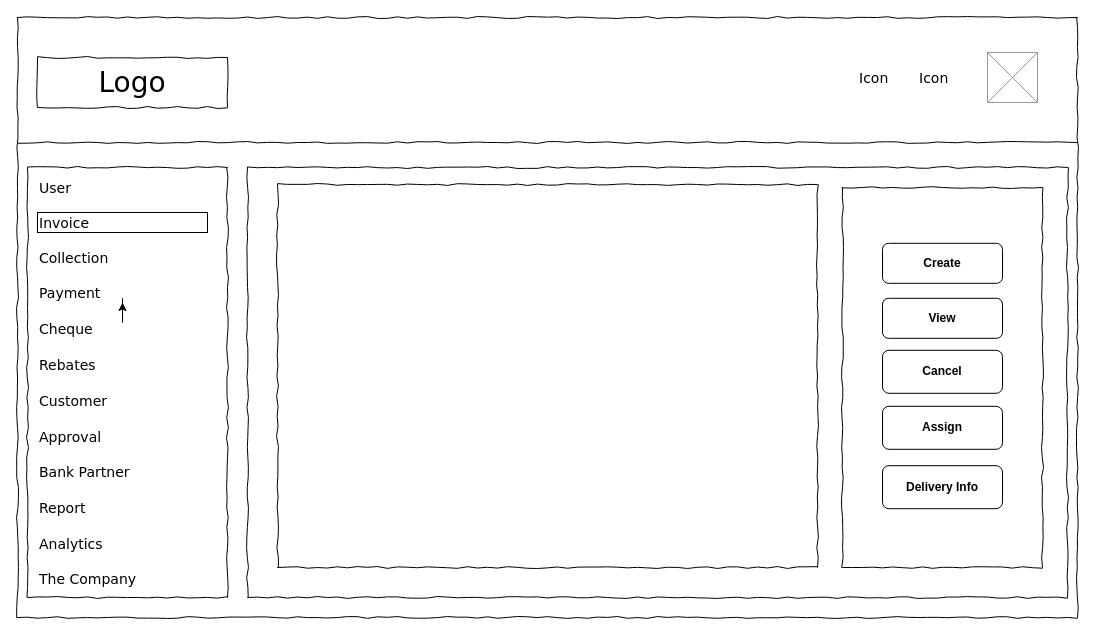
talljohnthin/currency keeps this draw.io diagram as page "Invoice" (1 of 2) of src/Untitled Diagram.drawio. Above is the earlier version. Source tidied: cells renumbered, new cells numbered last; positions are measured from the earlier drawing's top-left corner, leaving out a move shared by most shapes. Both pictures are drawn from the tidied source at 100%, with x=0, y=0 at pixel (17, 17).
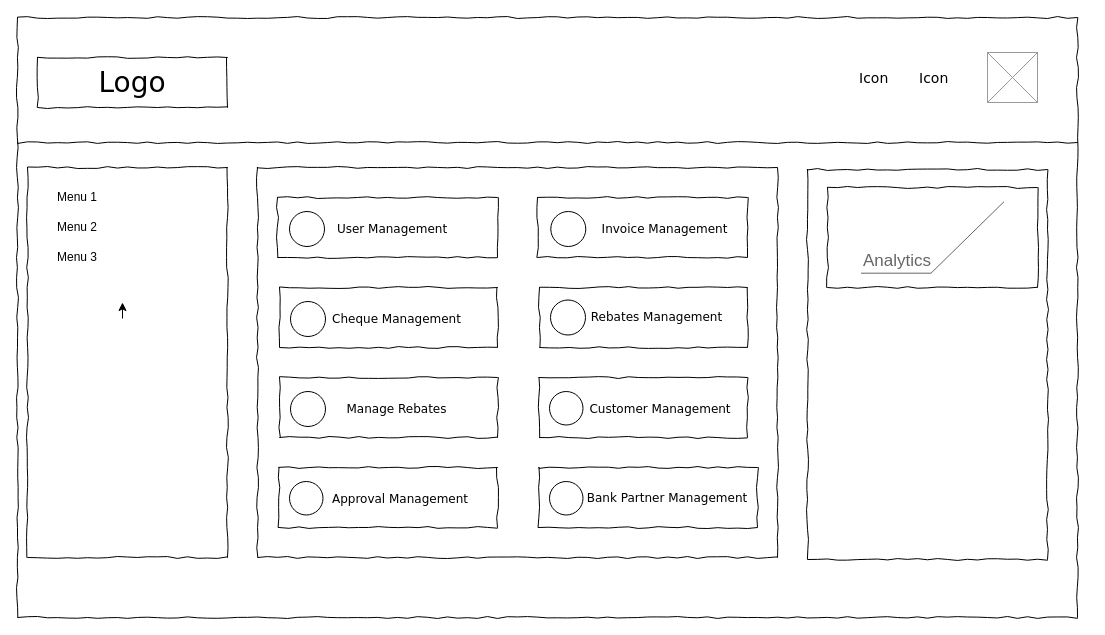
The same diagram, later.

Diff of the diagram source:
```diff
@@
     <mxCell id="4" style="whiteSpace=wrap;html=1;rounded=0;shadow=0;labelBackgroundColor=none;strokeWidth=1;fillColor=none;fontFamily=Verdana;fontSize=12;align=center;comic=1;" parent="1" vertex="1">
-      <mxGeometry x="10" y="150" width="200" height="430" as="geometry" />
+      <mxGeometry x="10" y="150" width="200" height="390" as="geometry" />
     </mxCell>
@@
     <mxCell id="6" style="whiteSpace=wrap;html=1;rounded=0;shadow=0;labelBackgroundColor=none;strokeWidth=1;fillColor=none;fontFamily=Verdana;fontSize=12;align=center;comic=1;" parent="1" vertex="1">
-      <mxGeometry x="230" y="150" width="820" height="430" as="geometry" />
+      <mxGeometry x="240" y="150" width="520" height="390" as="geometry" />
     </mxCell>
-    <mxCell id="7" value="User" style="text;html=1;align=left;verticalAlign=top;spacingTop=-4;fontSize=14;fontFamily=Verdana;" parent="1" vertex="1">
-      <mxGeometry x="20" y="160" width="170" height="20" as="geometry" />
-    </mxCell>
@@
-    <mxCell id="9" style="edgeStyle=orthogonalEdgeStyle;rounded=0;jettySize=auto;html=1;" parent="1" edge="1" source="10" target="21">
-      <mxGeometry relative="1" as="geometry" />
+    <mxCell id="9" style="edgeStyle=orthogonalEdgeStyle;rounded=0;orthogonalLoop=1;jettySize=auto;html=1;" parent="1" edge="1">
+      <mxGeometry relative="1" as="geometry">
+        <mxPoint x="105" y="301" as="sourcePoint" />
+        <mxPoint x="105" y="285" as="targetPoint" />
+      </mxGeometry>
     </mxCell>
-    <mxCell id="10" value="Cheque" style="text;html=1;points=[];align=left;verticalAlign=top;spacingTop=-4;fontSize=14;fontFamily=Verdana;" parent="1" vertex="1">
-      <mxGeometry x="20" y="301" width="170" height="20" as="geometry" />
-    </mxCell>
-    <mxCell id="11" value="Rebates" style="text;html=1;align=left;verticalAlign=top;spacingTop=-4;fontSize=14;fontFamily=Verdana;" parent="1" vertex="1">
-      <mxGeometry x="20" y="337" width="170" height="20" as="geometry" />
-    </mxCell>
-    <mxCell id="12" value="Bank Partner" style="text;html=1;align=left;verticalAlign=top;spacingTop=-4;fontSize=14;fontFamily=Verdana;" parent="1" vertex="1">
-      <mxGeometry x="20" y="444" width="170" height="20" as="geometry" />
-    </mxCell>
-    <mxCell id="13" value="Report" style="text;html=1;align=left;verticalAlign=top;spacingTop=-4;fontSize=14;fontFamily=Verdana;" parent="1" vertex="1">
-      <mxGeometry x="20" y="480" width="170" height="20" as="geometry" />
-    </mxCell>
+    <mxCell id="18" value="Icon" style="text;html=1;align=left;verticalAlign=top;spacingTop=-4;fontSize=14;fontFamily=Verdana;" parent="1" vertex="1">
+      <mxGeometry x="840" y="50" width="170" height="20" as="geometry" />
+    </mxCell>
+    <mxCell id="22" style="verticalLabelPosition=bottom;shadow=0;dashed=0;align=center;html=1;verticalAlign=top;strokeWidth=1;shape=mxgraph.mockup.graphics.simpleIcon;strokeColor=#999999;fillColor=#ffffff;" parent="1" vertex="1">
+      <mxGeometry x="970" y="35" width="50" height="50" as="geometry" />
+    </mxCell>
+    <mxCell id="30" style="group;" parent="1" vertex="1">
+      <mxGeometry x="260" y="180" width="220" height="60" as="geometry" />
+    </mxCell>
+    <mxCell id="23" style="whiteSpace=wrap;html=1;rounded=0;shadow=0;labelBackgroundColor=none;strokeWidth=1;fillColor=none;fontFamily=Verdana;fontSize=12;align=center;comic=1;" parent="30" vertex="1">
+      <mxGeometry width="220" height="60" as="geometry" />
+    </mxCell>
+    <mxCell id="31" style="ellipse;whiteSpace=wrap;html=1;strokeColor=#000000;" parent="30" vertex="1">
+      <mxGeometry x="12" y="14" width="35" height="35" as="geometry" />
+    </mxCell>
+    <mxCell id="32" value="&lt;span style=&quot;font-family: &amp;#34;verdana&amp;#34;&quot;&gt;User Management&lt;/span&gt;" style="text;html=1;strokeColor=none;fillColor=none;align=center;verticalAlign=middle;whiteSpace=wrap;rounded=0;" parent="30" vertex="1">
+      <mxGeometry x="45" y="21.5" width="140" height="20" as="geometry" />
+    </mxCell>
+    <mxCell id="33" style="group;" parent="1" vertex="1">
+      <mxGeometry x="520" y="180" width="210" height="60" as="geometry" />
+    </mxCell>
+    <mxCell id="34" style="whiteSpace=wrap;html=1;rounded=0;shadow=0;labelBackgroundColor=none;strokeWidth=1;fillColor=none;fontFamily=Verdana;fontSize=12;align=center;comic=1;" parent="33" vertex="1">
+      <mxGeometry width="210" height="60" as="geometry" />
+    </mxCell>
+    <mxCell id="35" style="ellipse;whiteSpace=wrap;html=1;strokeColor=#000000;" parent="33" vertex="1">
+      <mxGeometry x="13.3" y="14" width="35" height="35" as="geometry" />
+    </mxCell>
+    <mxCell id="36" value="&lt;span style=&quot;font-family: &amp;#34;verdana&amp;#34;&quot;&gt;Invoice Management&lt;/span&gt;" style="text;html=1;strokeColor=none;fillColor=none;align=center;verticalAlign=middle;whiteSpace=wrap;rounded=0;" parent="33" vertex="1">
+      <mxGeometry x="49.7" y="21.5" width="154.7" height="20" as="geometry" />
+    </mxCell>
+    <mxCell id="37" style="group;" parent="1" vertex="1">
+      <mxGeometry x="250" y="270" width="230" height="60" as="geometry" />
+    </mxCell>
+    <mxCell id="38" style="whiteSpace=wrap;html=1;rounded=0;shadow=0;labelBackgroundColor=none;strokeWidth=1;fillColor=none;fontFamily=Verdana;fontSize=12;align=center;comic=1;" parent="37" vertex="1">
+      <mxGeometry x="12" width="218" height="60" as="geometry" />
+    </mxCell>
+    <mxCell id="39" style="ellipse;whiteSpace=wrap;html=1;strokeColor=#000000;" parent="37" vertex="1">
+      <mxGeometry x="23" y="14" width="35" height="35" as="geometry" />
+    </mxCell>
+    <mxCell id="40" value="&lt;span style=&quot;font-family: &amp;#34;verdana&amp;#34;&quot;&gt;Cheque Management&lt;/span&gt;" style="text;html=1;strokeColor=none;fillColor=none;align=center;verticalAlign=middle;whiteSpace=wrap;rounded=0;" parent="37" vertex="1">
+      <mxGeometry x="57" y="21.5" width="145" height="20" as="geometry" />
+    </mxCell>
+    <mxCell id="41" style="group;" parent="1" vertex="1">
+      <mxGeometry x="460" y="270" width="270" height="60" as="geometry" />
+    </mxCell>
+    <mxCell id="42" style="whiteSpace=wrap;html=1;rounded=0;shadow=0;labelBackgroundColor=none;strokeWidth=1;fillColor=none;fontFamily=Verdana;fontSize=12;align=center;comic=1;" parent="41" vertex="1">
+      <mxGeometry x="62" width="208" height="60" as="geometry" />
+    </mxCell>
+    <mxCell id="43" style="ellipse;whiteSpace=wrap;html=1;strokeColor=#000000;" parent="1" vertex="1">
+      <mxGeometry x="533" y="282.5" width="35" height="35" as="geometry" />
+    </mxCell>
+    <mxCell id="44" value="&lt;span style=&quot;font-family: &amp;#34;verdana&amp;#34;&quot;&gt;Rebates Management&lt;/span&gt;" style="text;html=1;strokeColor=none;fillColor=none;align=center;verticalAlign=middle;whiteSpace=wrap;rounded=0;" parent="1" vertex="1">
+      <mxGeometry x="567" y="290" width="145" height="20" as="geometry" />
+    </mxCell>
+    <mxCell id="45" style="group;" parent="1" vertex="1">
+      <mxGeometry x="250" y="360" width="230" height="60" as="geometry" />
+    </mxCell>
+    <mxCell id="46" style="whiteSpace=wrap;html=1;rounded=0;shadow=0;labelBackgroundColor=none;strokeWidth=1;fillColor=none;fontFamily=Verdana;fontSize=12;align=center;comic=1;" parent="45" vertex="1">
+      <mxGeometry x="12" width="218" height="60" as="geometry" />
+    </mxCell>
+    <mxCell id="47" style="ellipse;whiteSpace=wrap;html=1;strokeColor=#000000;" parent="45" vertex="1">
+      <mxGeometry x="23" y="14" width="35" height="35" as="geometry" />
+    </mxCell>
+    <mxCell id="48" value="&lt;span style=&quot;font-family: &amp;#34;verdana&amp;#34;&quot;&gt;Manage Rebates&lt;/span&gt;" style="text;html=1;strokeColor=none;fillColor=none;align=center;verticalAlign=middle;whiteSpace=wrap;rounded=0;" parent="45" vertex="1">
+      <mxGeometry x="57" y="21.5" width="145" height="20" as="geometry" />
+    </mxCell>
+    <mxCell id="49" style="group;" parent="1" vertex="1">
+      <mxGeometry x="510" y="360" width="220" height="60" as="geometry" />
+    </mxCell>
+    <mxCell id="50" style="whiteSpace=wrap;html=1;rounded=0;shadow=0;labelBackgroundColor=none;strokeWidth=1;fillColor=none;fontFamily=Verdana;fontSize=12;align=center;comic=1;" parent="49" vertex="1">
+      <mxGeometry x="11.5" width="208.5" height="60" as="geometry" />
+    </mxCell>
+    <mxCell id="51" style="ellipse;whiteSpace=wrap;html=1;strokeColor=#000000;" parent="49" vertex="1">
+      <mxGeometry x="22" y="14" width="33.5" height="33.5" as="geometry" />
+    </mxCell>
+    <mxCell id="52" value="&lt;span style=&quot;font-family: &amp;#34;verdana&amp;#34;&quot;&gt;Customer Management&lt;/span&gt;" style="text;html=1;strokeColor=none;fillColor=none;align=center;verticalAlign=middle;whiteSpace=wrap;rounded=0;" parent="49" vertex="1">
+      <mxGeometry x="60" y="21.5" width="145.7" height="20" as="geometry" />
+    </mxCell>
+    <mxCell id="53" style="group;" parent="1" vertex="1">
+      <mxGeometry x="250" y="450" width="230" height="60" as="geometry" />
+    </mxCell>
+    <mxCell id="54" style="whiteSpace=wrap;html=1;rounded=0;shadow=0;labelBackgroundColor=none;strokeWidth=1;fillColor=none;fontFamily=Verdana;fontSize=12;align=center;comic=1;" parent="53" vertex="1">
+      <mxGeometry x="11.5" width="218.5" height="60" as="geometry" />
+    </mxCell>
+    <mxCell id="55" style="ellipse;whiteSpace=wrap;html=1;strokeColor=#000000;" parent="53" vertex="1">
+      <mxGeometry x="22" y="14" width="33.5" height="33.5" as="geometry" />
+    </mxCell>
+    <mxCell id="56" value="&lt;span style=&quot;font-family: &amp;#34;verdana&amp;#34;&quot;&gt;Approval Management&lt;/span&gt;" style="text;html=1;strokeColor=none;fillColor=none;align=center;verticalAlign=middle;whiteSpace=wrap;rounded=0;" parent="53" vertex="1">
+      <mxGeometry x="60" y="21.5" width="145.7" height="20" as="geometry" />
+    </mxCell>
+    <mxCell id="57" style="group;" parent="1" vertex="1">
+      <mxGeometry x="510" y="450" width="230" height="60" as="geometry" />
+    </mxCell>
+    <mxCell id="58" style="whiteSpace=wrap;html=1;rounded=0;shadow=0;labelBackgroundColor=none;strokeWidth=1;fillColor=none;fontFamily=Verdana;fontSize=12;align=center;comic=1;" parent="57" vertex="1">
+      <mxGeometry x="11.5" width="218.5" height="60" as="geometry" />
+    </mxCell>
+    <mxCell id="59" style="ellipse;whiteSpace=wrap;html=1;strokeColor=#000000;" parent="57" vertex="1">
+      <mxGeometry x="22" y="14" width="33.5" height="33.5" as="geometry" />
+    </mxCell>
+    <mxCell id="60" value="&lt;span style=&quot;font-family: &amp;#34;verdana&amp;#34;&quot;&gt;Bank Partner Management&lt;/span&gt;" style="text;html=1;strokeColor=none;fillColor=none;align=center;verticalAlign=middle;whiteSpace=wrap;rounded=0;" parent="57" vertex="1">
+      <mxGeometry x="50" y="20.7" width="180" height="20" as="geometry" />
+    </mxCell>
+    <mxCell id="61" style="whiteSpace=wrap;html=1;rounded=0;shadow=0;labelBackgroundColor=none;strokeWidth=1;fillColor=none;fontFamily=Verdana;fontSize=12;align=center;comic=1;" parent="1" vertex="1">
+      <mxGeometry x="790" y="152" width="240" height="390" as="geometry" />
+    </mxCell>
+    <mxCell id="62" value="Menu 1" style="text;html=1;strokeColor=none;fillColor=none;align=center;verticalAlign=middle;whiteSpace=wrap;rounded=0;" parent="1" vertex="1">
+      <mxGeometry x="20" y="170" width="80" height="20" as="geometry" />
+    </mxCell>
+    <mxCell id="63" value="Menu 2" style="text;html=1;strokeColor=none;fillColor=none;align=center;verticalAlign=middle;whiteSpace=wrap;rounded=0;" parent="1" vertex="1">
+      <mxGeometry x="20" y="200" width="80" height="20" as="geometry" />
+    </mxCell>
+    <mxCell id="64" value="Menu 3" style="text;html=1;strokeColor=none;fillColor=none;align=center;verticalAlign=middle;whiteSpace=wrap;rounded=0;" parent="1" vertex="1">
+      <mxGeometry x="20" y="230" width="80" height="20" as="geometry" />
+    </mxCell>
+    <mxCell id="65" style="group;" parent="1" vertex="1">
+      <mxGeometry x="810" y="170" width="210" height="100" as="geometry" />
+    </mxCell>
+    <mxCell id="66" style="whiteSpace=wrap;html=1;rounded=0;shadow=0;labelBackgroundColor=none;strokeWidth=1;fillColor=none;fontFamily=Verdana;fontSize=12;align=center;comic=1;" parent="65" vertex="1">
+      <mxGeometry width="210" height="100" as="geometry" />
+    </mxCell>
-    <mxCell id="14" value="Analytics" style="text;html=1;align=left;verticalAlign=top;spacingTop=-4;fontSize=14;fontFamily=Verdana;" parent="1" vertex="1">
-      <mxGeometry x="20" y="516" width="170" height="20" as="geometry" />
+    <mxCell id="14" value="Analytics" style="strokeWidth=1;shadow=0;dashed=0;align=center;html=1;shape=mxgraph.mockup.text.callout;linkText=;textSize=17;textColor=#666666;callDir=SW;callStyle=line;fontSize=17;fontColor=#666666;align=left;verticalAlign=bottom;strokeColor=#666666;" parent="65" vertex="1">
+      <mxGeometry x="33.5" y="14.2" width="143" height="71.5" as="geometry" />
     </mxCell>
-    <mxCell id="15" value="The Company" style="text;html=1;align=left;verticalAlign=top;spacingTop=-4;fontSize=14;fontFamily=Verdana;" parent="1" vertex="1">
-      <mxGeometry x="20" y="551" width="170" height="20" as="geometry" />
-    </mxCell>
-    <mxCell id="16" value="Customer&amp;nbsp;" style="text;html=1;align=left;verticalAlign=top;spacingTop=-4;fontSize=14;fontFamily=Verdana;" parent="1" vertex="1">
-      <mxGeometry x="20" y="373" width="170" height="20" as="geometry" />
-    </mxCell>
-    <mxCell id="17" value="Approval" style="text;html=1;align=left;verticalAlign=top;spacingTop=-4;fontSize=14;fontFamily=Verdana;" parent="1" vertex="1">
-      <mxGeometry x="20" y="409" width="170" height="20" as="geometry" />
-    </mxCell>
-    <mxCell id="18" value="Icon" style="text;html=1;align=left;verticalAlign=top;spacingTop=-4;fontSize=14;fontFamily=Verdana;" parent="1" vertex="1">
-      <mxGeometry x="840" y="50" width="170" height="20" as="geometry" />
-    </mxCell>
-    <mxCell id="19" value="Invoice" style="text;html=1;align=left;verticalAlign=top;spacingTop=-4;fontSize=14;fontFamily=Verdana;strokeColor=#000000;" parent="1" vertex="1">
-      <mxGeometry x="20" y="195" width="170" height="20" as="geometry" />
-    </mxCell>
-    <mxCell id="20" value="Collection" style="text;html=1;align=left;verticalAlign=top;spacingTop=-4;fontSize=14;fontFamily=Verdana;" parent="1" vertex="1">
-      <mxGeometry x="20" y="230" width="170" height="20" as="geometry" />
-    </mxCell>
-    <mxCell id="21" value="Payment" style="text;html=1;points=[];align=left;verticalAlign=top;spacingTop=-4;fontSize=14;fontFamily=Verdana;" parent="1" vertex="1">
-      <mxGeometry x="20" y="265" width="170" height="20" as="geometry" />
-    </mxCell>
-    <mxCell id="22" style="verticalLabelPosition=bottom;shadow=0;dashed=0;align=center;html=1;verticalAlign=top;strokeWidth=1;shape=mxgraph.mockup.graphics.simpleIcon;strokeColor=#999999;fillColor=#ffffff;" parent="1" vertex="1">
-      <mxGeometry x="970" y="35" width="50" height="50" as="geometry" />
-    </mxCell>
-    <mxCell id="23" style="whiteSpace=wrap;html=1;rounded=0;shadow=0;labelBackgroundColor=none;strokeWidth=1;fillColor=none;fontFamily=Verdana;fontSize=12;align=center;comic=1;" parent="1" vertex="1">
-      <mxGeometry x="260" y="167" width="540" height="383" as="geometry" />
-    </mxCell>
-    <mxCell id="24" style="whiteSpace=wrap;html=1;rounded=0;shadow=0;labelBackgroundColor=none;strokeWidth=1;fillColor=none;fontFamily=Verdana;fontSize=12;align=center;comic=1;" parent="1" vertex="1">
-      <mxGeometry x="825" y="170" width="200" height="380" as="geometry" />
-    </mxCell>
-    <mxCell id="25" value="&lt;b&gt;View&lt;/b&gt;" style="rounded=1;whiteSpace=wrap;html=1;strokeColor=#000000;" parent="1" vertex="1">
-      <mxGeometry x="865" y="280.8" width="120" height="40" as="geometry" />
-    </mxCell>
-    <mxCell id="26" value="&lt;b&gt;Create&lt;/b&gt;" style="rounded=1;whiteSpace=wrap;html=1;strokeColor=#000000;" parent="1" vertex="1">
-      <mxGeometry x="865" y="225.8" width="120" height="40" as="geometry" />
-    </mxCell>
-    <mxCell id="27" value="&lt;b&gt;Cancel&lt;/b&gt;" style="rounded=1;whiteSpace=wrap;html=1;strokeColor=#000000;" parent="1" vertex="1">
-      <mxGeometry x="865" y="332.8" width="120" height="43" as="geometry" />
-    </mxCell>
-    <mxCell id="28" value="&lt;b&gt;Assign&lt;/b&gt;" style="rounded=1;whiteSpace=wrap;html=1;strokeColor=#000000;" parent="1" vertex="1">
-      <mxGeometry x="865" y="388.8" width="120" height="43" as="geometry" />
-    </mxCell>
-    <mxCell id="29" value="&lt;b&gt;Delivery Info&lt;/b&gt;" style="rounded=1;whiteSpace=wrap;html=1;strokeColor=#000000;" parent="1" vertex="1">
-      <mxGeometry x="865" y="448.2" width="120" height="43" as="geometry" />
-    </mxCell>
```
